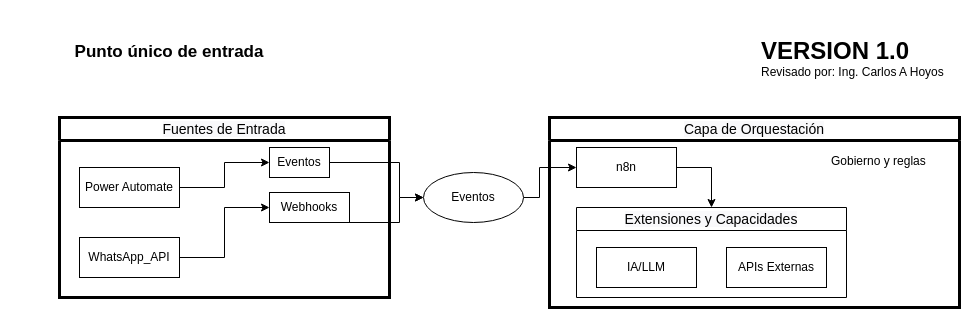
This is diagrams/flows/inbound-to-n8n.drawio from carlhoro/raniot-digital-operations-orchestration, a draw.io file, before an edit. Source tidied: cells renumbered, new cells numbered last; positions are measured from the earlier drawing's top-left corner, leaving out a move shared by most shapes. Both pictures are drawn from the tidied source at 100%, with x=0, y=0 at pixel (59, 17).
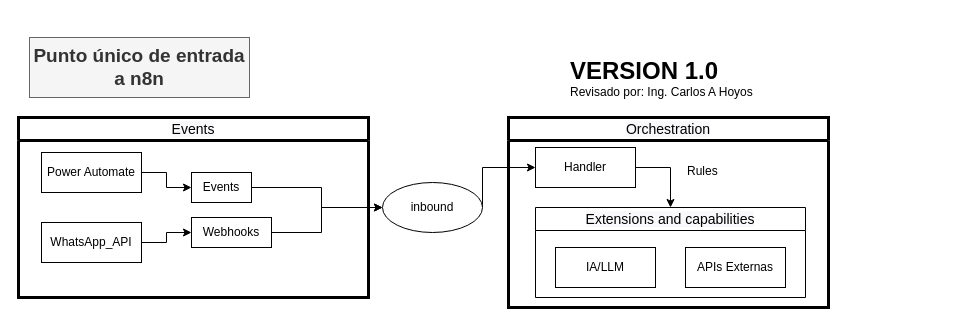
The same page after the edit.

What changed in the source:
```diff
@@
-    <mxCell id="2" value="&lt;span style=&quot;font-family: &amp;quot;Recursive Variable&amp;quot;, arial, sans-serif; font-size: 14px; font-weight: 300; text-wrap-mode: nowrap; background-color: rgb(249, 249, 251);&quot;&gt;Capa de Orquestación&lt;/span&gt;" style="swimlane;whiteSpace=wrap;html=1;startSize=23;strokeWidth=3;" parent="1" vertex="1">
-      <mxGeometry x="490" y="100" width="410" height="190" as="geometry" />
+    <mxCell id="2" value="&lt;span style=&quot;font-family: &amp;quot;Recursive Variable&amp;quot;, arial, sans-serif; font-size: 14px; font-weight: 300; text-wrap-mode: nowrap; background-color: rgb(249, 249, 251);&quot;&gt;Orchestration&lt;/span&gt;" style="swimlane;whiteSpace=wrap;html=1;startSize=23;strokeWidth=3;" parent="1" vertex="1">
+      <mxGeometry x="449" y="100" width="320" height="190" as="geometry" />
     </mxCell>
-    <mxCell id="3" value="n8n" style="whiteSpace=wrap;html=1;" parent="2" vertex="1">
+    <mxCell id="3" value="Handler" style="whiteSpace=wrap;html=1;" parent="2" vertex="1">
       <mxGeometry x="27" y="30" width="100" height="40" as="geometry" />
     </mxCell>
-    <mxCell id="4" value="Gobierno y reglas" style="text;whiteSpace=wrap;html=1;" parent="2" vertex="1">
-      <mxGeometry x="280" y="30" width="120" height="30" as="geometry" />
+    <mxCell id="4" value="Rules" style="text;whiteSpace=wrap;html=1;" parent="2" vertex="1">
+      <mxGeometry x="177" y="40" width="120" height="30" as="geometry" />
     </mxCell>
-    <mxCell id="5" value="&lt;span style=&quot;font-family: &amp;quot;Recursive Variable&amp;quot;, arial, sans-serif; font-size: 14px; font-weight: 300; text-wrap-mode: nowrap; background-color: rgb(249, 249, 251);&quot;&gt;Extensiones y Capacidades&lt;/span&gt;" style="swimlane;whiteSpace=wrap;html=1;" parent="2" vertex="1">
+    <mxCell id="5" value="&lt;span style=&quot;font-family: &amp;quot;Recursive Variable&amp;quot;, arial, sans-serif; font-size: 14px; font-weight: 300; text-wrap-mode: nowrap; background-color: rgb(249, 249, 251);&quot;&gt;Extensions and capabilities&lt;/span&gt;" style="swimlane;whiteSpace=wrap;html=1;" parent="2" vertex="1">
       <mxGeometry x="27" y="90" width="270" height="90" as="geometry" />
     </mxCell>
@@
-    <mxCell id="9" value="&lt;span style=&quot;font-family: &amp;quot;Recursive Variable&amp;quot;, arial, sans-serif; font-size: 14px; font-weight: 300; text-wrap-mode: nowrap; background-color: rgb(249, 249, 251);&quot;&gt;Fuentes de Entrada&lt;/span&gt;" style="swimlane;whiteSpace=wrap;html=1;strokeWidth=3;" parent="1" vertex="1">
-      <mxGeometry y="100" width="330" height="180" as="geometry" />
+    <mxCell id="9" value="&lt;span style=&quot;font-family: &amp;quot;Recursive Variable&amp;quot;, arial, sans-serif; font-size: 14px; font-weight: 300; text-wrap-mode: nowrap; background-color: rgb(249, 249, 251);&quot;&gt;Events&lt;/span&gt;" style="swimlane;whiteSpace=wrap;html=1;strokeWidth=3;" parent="1" vertex="1">
+      <mxGeometry x="-41" y="100" width="350" height="180" as="geometry" />
     </mxCell>
-    <mxCell id="10" value="Eventos" style="whiteSpace=wrap;html=1;" parent="9" vertex="1">
-      <mxGeometry x="210" y="30" width="60" height="30" as="geometry" />
-    </mxCell>
-    <mxCell id="11" value="Webhooks" style="whiteSpace=wrap;html=1;" parent="9" vertex="1">
-      <mxGeometry x="210" y="75" width="80" height="30" as="geometry" />
-    </mxCell>
@@
     <mxCell id="13" value="WhatsApp_API" style="whiteSpace=wrap;html=1;" parent="9" vertex="1">
-      <mxGeometry x="20" y="120" width="100" height="40" as="geometry" />
+      <mxGeometry x="23" y="105" width="100" height="40" as="geometry" />
     </mxCell>
@@
     <mxCell id="15" value="Power Automate" style="whiteSpace=wrap;html=1;" parent="9" vertex="1">
-      <mxGeometry x="20" y="50" width="100" height="40" as="geometry" />
+      <mxGeometry x="23" y="35" width="100" height="40" as="geometry" />
     </mxCell>
-    <mxCell id="16" style="edgeStyle=orthogonalEdgeStyle;rounded=0;jettySize=auto;html=1;exitX=1;exitY=0.5;exitDx=0;exitDy=0;entryX=0;entryY=0.5;entryDx=0;entryDy=0;" parent="1" edge="1" source="10" target="19">
-      <mxGeometry relative="1" as="geometry">
-        <Array as="points">
-          <mxPoint x="340" y="145" />
-          <mxPoint x="340" y="180" />
-        </Array>
-      </mxGeometry>
-    </mxCell>
-    <mxCell id="17" style="edgeStyle=orthogonalEdgeStyle;rounded=0;jettySize=auto;html=1;exitX=1;exitY=0.5;exitDx=0;exitDy=0;entryX=0;entryY=0.5;entryDx=0;entryDy=0;" parent="1" edge="1" source="11" target="19">
-      <mxGeometry relative="1" as="geometry">
-        <Array as="points">
-          <mxPoint x="340" y="205" />
-          <mxPoint x="340" y="180" />
-        </Array>
-      </mxGeometry>
-    </mxCell>
+    <mxCell id="10" value="Events" style="whiteSpace=wrap;html=1;" parent="9" vertex="1">
+      <mxGeometry x="173" y="55" width="60" height="30" as="geometry" />
+    </mxCell>
+    <mxCell id="11" value="Webhooks" style="whiteSpace=wrap;html=1;" parent="9" vertex="1">
+      <mxGeometry x="173" y="100" width="80" height="30" as="geometry" />
+    </mxCell>
     <mxCell id="18" style="edgeStyle=orthogonalEdgeStyle;rounded=0;jettySize=auto;html=1;exitX=1;exitY=0.5;exitDx=0;exitDy=0;" parent="1" edge="1" source="19" target="3">
       <mxGeometry relative="1" as="geometry">
         <Array as="points">
-          <mxPoint x="480" y="180" />
-          <mxPoint x="480" y="150" />
+          <mxPoint x="423" y="150" />
         </Array>
       </mxGeometry>
     </mxCell>
-    <mxCell id="19" value="Eventos" style="ellipse;whiteSpace=wrap;html=1;" parent="1" vertex="1">
-      <mxGeometry x="364" y="155" width="100" height="50" as="geometry" />
+    <mxCell id="19" value="inbound" style="ellipse;whiteSpace=wrap;html=1;" parent="1" vertex="1">
+      <mxGeometry x="323" y="165" width="100" height="50" as="geometry" />
     </mxCell>
-    <mxCell id="20" value="&lt;font style=&quot;font-size: 17px;&quot;&gt;&lt;b style=&quot;&quot;&gt;Punto único de entrada&lt;/b&gt;&lt;/font&gt;" style="text;html=1;whiteSpace=wrap;strokeColor=none;fillColor=none;align=center;verticalAlign=middle;rounded=0;" parent="1" vertex="1">
-      <mxGeometry y="20" width="220" height="30" as="geometry" />
+    <mxCell id="20" value="&lt;font&gt;&lt;b&gt;Punto único de entrada a n8n&lt;/b&gt;&lt;/font&gt;" style="text;html=1;whiteSpace=wrap;strokeColor=#666666;fillColor=#f5f5f5;align=center;verticalAlign=middle;rounded=0;strokeWidth=1;fontSize=19;fontColor=#333333;" parent="1" vertex="1">
+      <mxGeometry x="-30" y="20" width="220" height="60" as="geometry" />
     </mxCell>
     <mxCell id="21" value="&lt;div style=&quot;line-height: 30%;&quot;&gt;&lt;h1 style=&quot;margin-top: 0px; line-height: 30%;&quot;&gt;&lt;br&gt;&lt;/h1&gt;&lt;h1 style=&quot;margin-top: 0px; line-height: 30%;&quot;&gt;VERSION 1.0&lt;/h1&gt;&lt;p&gt;Revisado por: Ing. Carlos A Hoyos&lt;/p&gt;&lt;/div&gt;" style="text;html=1;whiteSpace=wrap;overflow=hidden;rounded=0;" parent="1" vertex="1">
-      <mxGeometry x="700" width="200" height="70" as="geometry" />
+      <mxGeometry x="509" y="20" width="200" height="70" as="geometry" />
     </mxCell>
+    <mxCell id="17" style="edgeStyle=orthogonalEdgeStyle;rounded=0;jettySize=auto;html=1;exitX=1;exitY=0.5;exitDx=0;exitDy=0;entryX=0;entryY=0.5;entryDx=0;entryDy=0;" parent="1" edge="1" source="11" target="19">
+      <mxGeometry relative="1" as="geometry">
+        <Array as="points">
+          <mxPoint x="262" y="215" />
+          <mxPoint x="262" y="190" />
+          <mxPoint x="323" y="190" />
+        </Array>
+      </mxGeometry>
+    </mxCell>
+    <mxCell id="16" style="edgeStyle=orthogonalEdgeStyle;rounded=0;jettySize=auto;html=1;exitX=1;exitY=0.5;exitDx=0;exitDy=0;entryX=0;entryY=0.5;entryDx=0;entryDy=0;" parent="1" edge="1" source="10" target="19">
+      <mxGeometry relative="1" as="geometry">
+        <Array as="points">
+          <mxPoint x="262" y="170" />
+          <mxPoint x="262" y="190" />
+          <mxPoint x="323" y="190" />
+        </Array>
+      </mxGeometry>
+    </mxCell>
```
